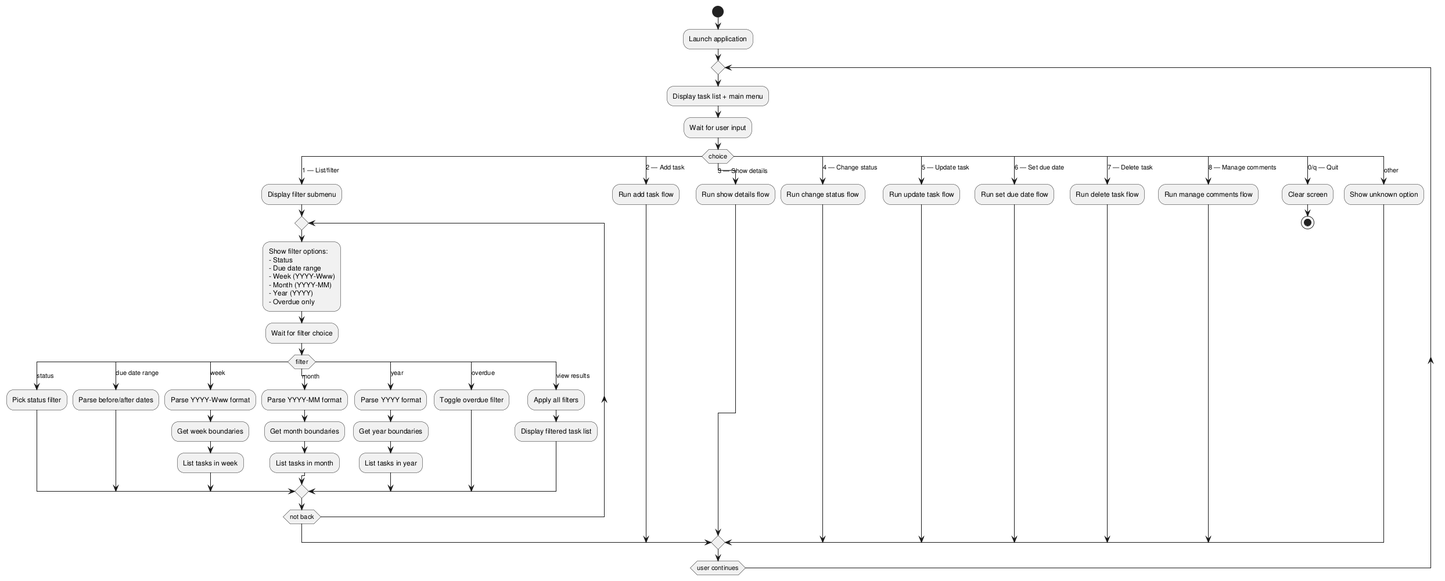
The PlantUML diagram experiments/pipeline/user_stories/TODO/artifacts/activity_diagram.png in DanielRiha8906/Software_autoevolution_using_agents, before a commit.
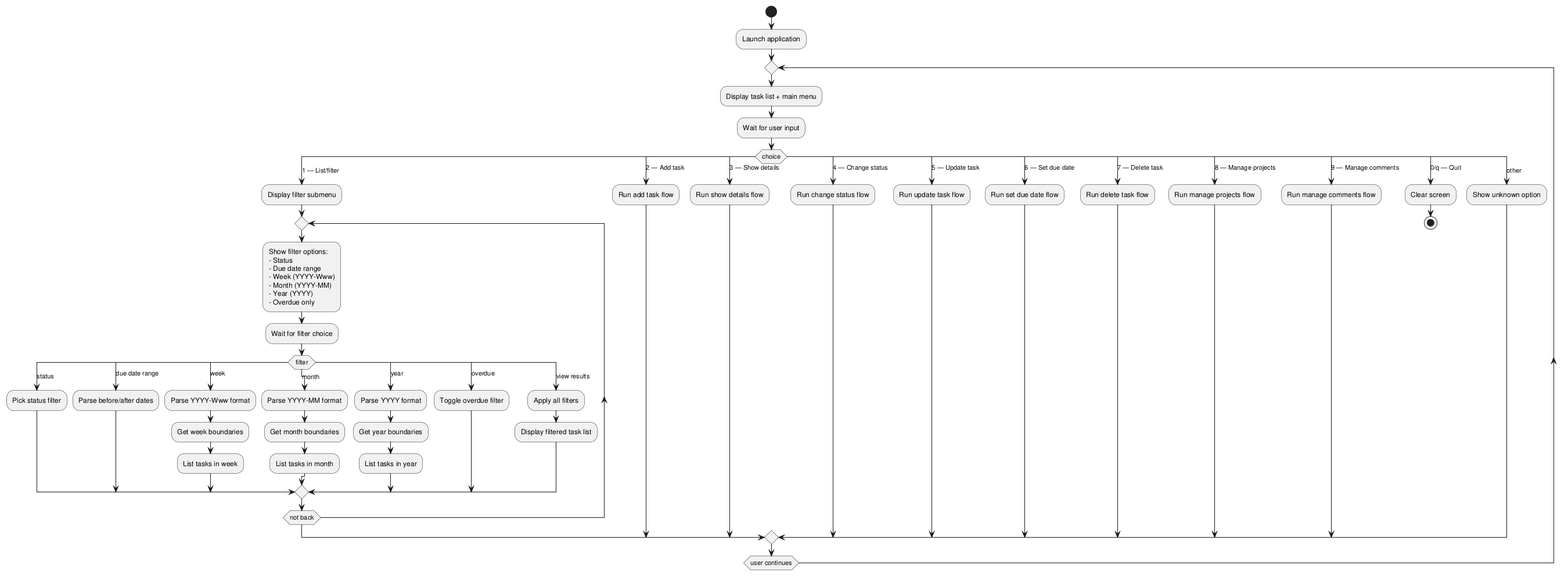
Above is the later version.

The edit, as a diff of the source:
```diff
@@ -55,7 +55,9 @@
       :Run set due date flow;
     case (7 — Delete task)
       :Run delete task flow;
-    case (8 — Manage comments)
+    case (8 — Manage projects)
+      :Run manage projects flow;
+    case (9 — Manage comments)
       :Run manage comments flow;
     case (0/q — Quit)
       :Clear screen;
```
